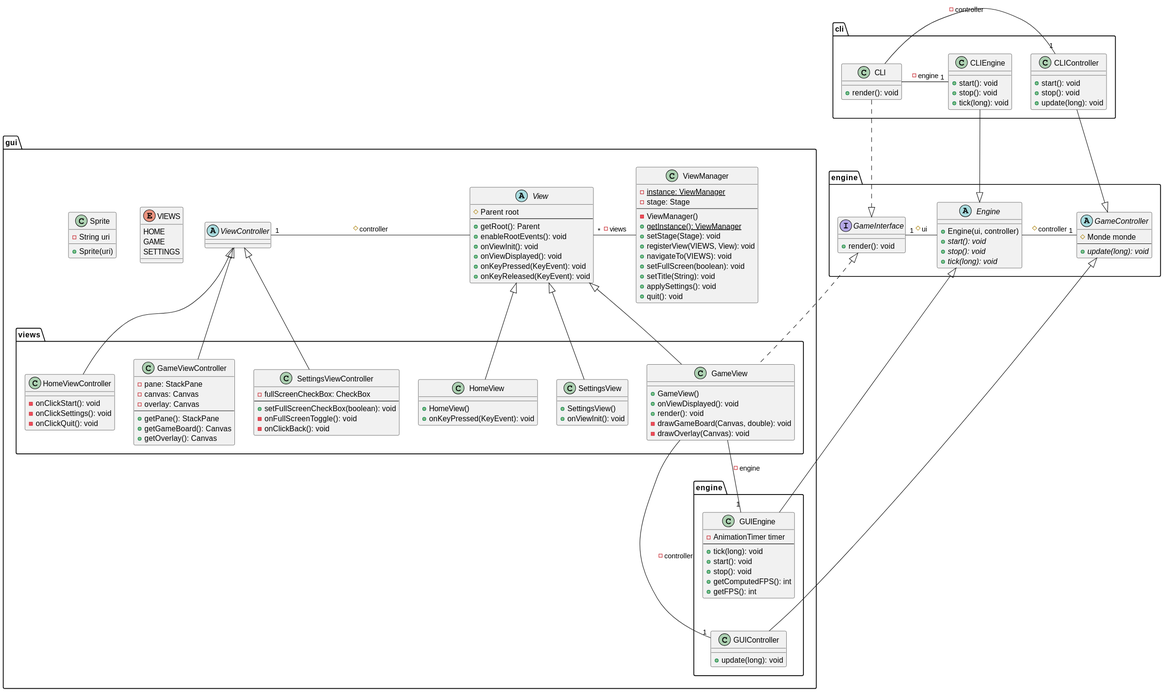
Above: docs/uml/class-gui.svg in victord54/escape (PlantUML), before the change.
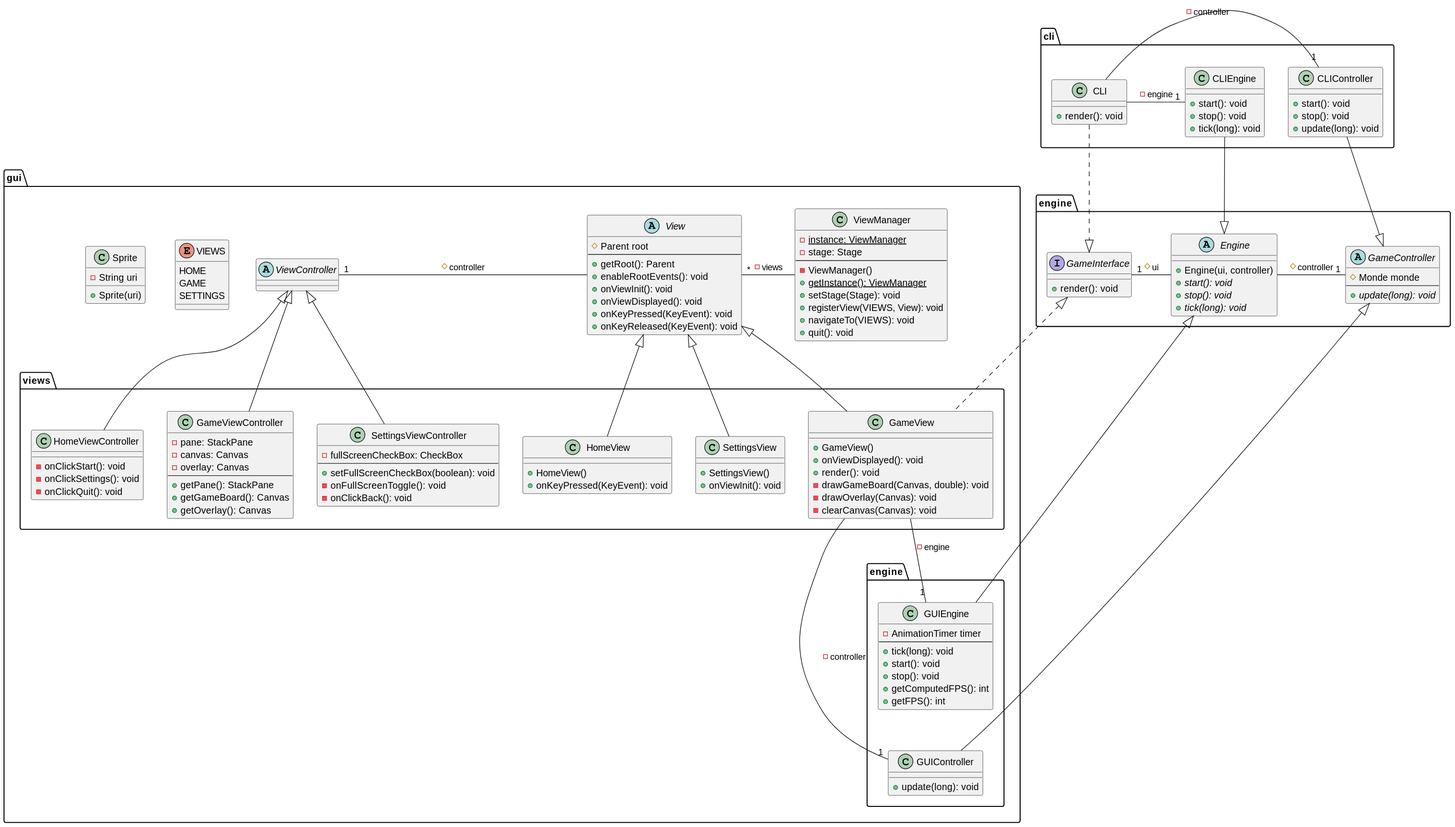
After the change.

Diff of the diagram source:
```diff
@@ -65,9 +65,6 @@
         + setStage(Stage): void
         + registerView(VIEWS, View): void
         + navigateTo(VIEWS): void
-        + setFullScreen(boolean): void
-        + setTitle(String): void
-        + applySettings(): void
         + quit(): void
     }
 
@@ -107,6 +104,7 @@
             + render(): void
             - drawGameBoard(Canvas, double): void
             - drawOverlay(Canvas): void
+            - clearCanvas(Canvas): void
         }
 
         class SettingsView {
```
